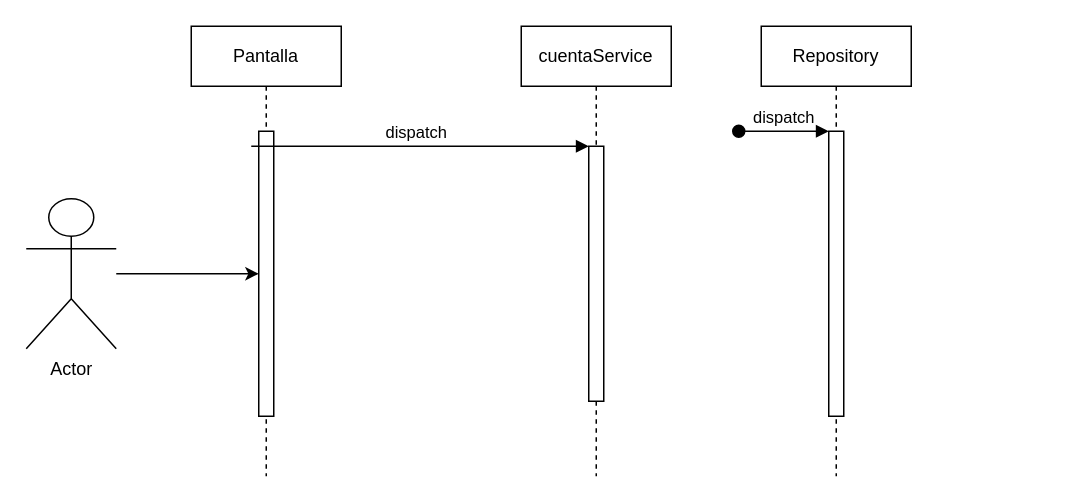
Earlier version of the draw.io diagram page "ConsultarSaldo" (1 of 4) of Diagrama sin título.drawio (x0Nico/Ejercicios-de-Estudio). Source tidied: cells renumbered, new cells numbered last; positions are measured from the earlier drawing's top-left corner, leaving out a move shared by most shapes. Both pictures are drawn from the tidied source at 150%, with x=0, y=0 at pixel (26, 26).
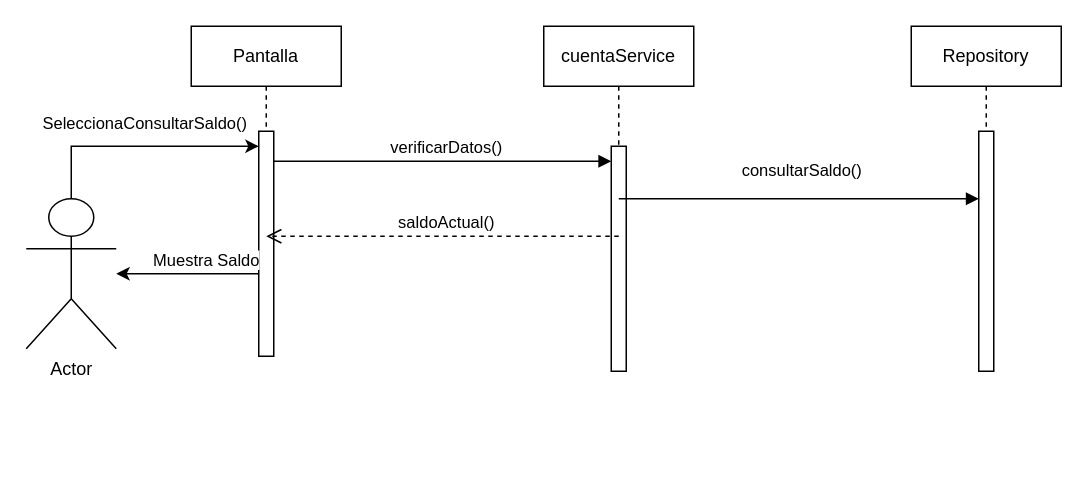
Above is the later version.

Unchanged cells that the change refers to:
```xml
<mxCell id="11" value="Actor" style="shape=umlActor;verticalLabelPosition=bottom;verticalAlign=top;html=1;outlineConnect=0;" parent="1" vertex="1">
  <mxGeometry y="115" width="60" height="100" as="geometry" />
</mxCell>
```

What changed in the source:
```diff
@@
     <mxCell id="2" value="Pantalla" style="shape=umlLifeline;perimeter=lifelinePerimeter;whiteSpace=wrap;html=1;newEdgeStyle={&quot;edgeStyle&quot;:&quot;elbowEdgeStyle&quot;,&quot;elbow&quot;:&quot;vertical&quot;,&quot;curved&quot;:0,&quot;rounded&quot;:0};" parent="1" vertex="1">
-      <mxGeometry x="110" width="100" height="300" as="geometry" />
+      <mxGeometry x="110" width="100" height="220" as="geometry" />
     </mxCell>
     <mxCell id="3" style="html=1;points=[];perimeter=orthogonalPerimeter;outlineConnect=0;targetShapes=umlLifeline;portConstraint=eastwest;newEdgeStyle={&quot;edgeStyle&quot;:&quot;elbowEdgeStyle&quot;,&quot;elbow&quot;:&quot;vertical&quot;,&quot;curved&quot;:0,&quot;rounded&quot;:0};" parent="2" vertex="1">
-      <mxGeometry x="45" y="70" width="10" height="190" as="geometry" />
+      <mxGeometry x="45" y="70" width="10" height="150" as="geometry" />
     </mxCell>
     <mxCell id="4" value="cuentaService" style="shape=umlLifeline;perimeter=lifelinePerimeter;whiteSpace=wrap;html=1;newEdgeStyle={&quot;edgeStyle&quot;:&quot;elbowEdgeStyle&quot;,&quot;elbow&quot;:&quot;vertical&quot;,&quot;curved&quot;:0,&quot;rounded&quot;:0};" parent="1" vertex="1">
-      <mxGeometry x="330" width="100" height="300" as="geometry" />
+      <mxGeometry x="345" width="100" height="230" as="geometry" />
     </mxCell>
     <mxCell id="5" style="html=1;points=[];perimeter=orthogonalPerimeter;outlineConnect=0;targetShapes=umlLifeline;portConstraint=eastwest;newEdgeStyle={&quot;edgeStyle&quot;:&quot;elbowEdgeStyle&quot;,&quot;elbow&quot;:&quot;vertical&quot;,&quot;curved&quot;:0,&quot;rounded&quot;:0};" parent="4" vertex="1">
-      <mxGeometry x="45" y="80" width="10" height="170" as="geometry" />
+      <mxGeometry x="45" y="80" width="10" height="150" as="geometry" />
     </mxCell>
-    <mxCell id="6" value="dispatch" style="html=1;verticalAlign=bottom;endArrow=block;edgeStyle=elbowEdgeStyle;elbow=vertical;curved=0;rounded=0;" parent="1" edge="1" source="3" target="5">
-      <mxGeometry relative="1" as="geometry">
+    <mxCell id="6" value="verificarDatos()" style="html=1;verticalAlign=bottom;endArrow=block;edgeStyle=elbowEdgeStyle;elbow=vertical;curved=0;rounded=0;" parent="1" edge="1">
+      <mxGeometry x="0.02" relative="1" as="geometry">
+        <mxPoint x="165" y="90" as="sourcePoint" />
+        <mxPoint x="390" y="90" as="targetPoint" />
         <Array as="points">
-          <mxPoint x="150" y="80" />
+          <mxPoint x="220" y="90" />
         </Array>
       </mxGeometry>
     </mxCell>
     <mxCell id="7" value="Repository" style="shape=umlLifeline;perimeter=lifelinePerimeter;whiteSpace=wrap;html=1;newEdgeStyle={&quot;edgeStyle&quot;:&quot;elbowEdgeStyle&quot;,&quot;elbow&quot;:&quot;vertical&quot;,&quot;curved&quot;:0,&quot;rounded&quot;:0};" parent="1" vertex="1">
-      <mxGeometry x="490" width="100" height="300" as="geometry" />
+      <mxGeometry x="590" width="100" height="230" as="geometry" />
     </mxCell>
     <mxCell id="8" style="html=1;points=[];perimeter=orthogonalPerimeter;outlineConnect=0;targetShapes=umlLifeline;portConstraint=eastwest;newEdgeStyle={&quot;edgeStyle&quot;:&quot;elbowEdgeStyle&quot;,&quot;elbow&quot;:&quot;vertical&quot;,&quot;curved&quot;:0,&quot;rounded&quot;:0};" parent="7" vertex="1">
-      <mxGeometry x="45" y="70" width="10" height="190" as="geometry" />
+      <mxGeometry x="45" y="70" width="10" height="160" as="geometry" />
     </mxCell>
-    <mxCell id="9" value="dispatch" style="html=1;verticalAlign=bottom;startArrow=oval;endArrow=block;startSize=8;edgeStyle=elbowEdgeStyle;elbow=vertical;curved=0;rounded=0;" parent="7" edge="1" target="8">
-      <mxGeometry relative="1" as="geometry">
-        <mxPoint x="-15" y="70" as="sourcePoint" />
-      </mxGeometry>
-    </mxCell>
-    <mxCell id="10" style="edgeStyle=orthogonalEdgeStyle;rounded=0;jettySize=auto;html=1;" parent="1" edge="1" source="11" target="3">
-      <mxGeometry relative="1" as="geometry" />
+    <mxCell id="10" value="SeleccionaConsultarSaldo()" style="edgeStyle=orthogonalEdgeStyle;rounded=0;jettySize=auto;html=1;" parent="1" edge="1" source="11" target="3">
+      <mxGeometry x="0.05" y="15" relative="1" as="geometry">
+        <Array as="points">
+          <mxPoint x="30" y="80" />
+        </Array>
+      </mxGeometry>
     </mxCell>
@@
+    <mxCell id="12" value="consultarSaldo()" style="html=1;verticalAlign=bottom;endArrow=block;edgeStyle=elbowEdgeStyle;elbow=vertical;curved=0;rounded=0;" parent="1" edge="1" target="8">
+      <mxGeometry x="0.02" y="10" relative="1" as="geometry">
+        <mxPoint x="395" y="115" as="sourcePoint" />
+        <Array as="points">
+          <mxPoint x="485" y="115" />
+          <mxPoint x="450" y="115" />
+        </Array>
+      </mxGeometry>
+    </mxCell>
+    <mxCell id="13" value="saldoActual()" style="html=1;verticalAlign=bottom;endArrow=open;dashed=1;endSize=8;curved=0;rounded=0;" parent="1" edge="1">
+      <mxGeometry x="-0.02" relative="1" as="geometry">
+        <mxPoint x="395" y="140" as="sourcePoint" />
+        <mxPoint x="160" y="140" as="targetPoint" />
+        <Array as="points">
+          <mxPoint x="340" y="140" />
+        </Array>
+      </mxGeometry>
+    </mxCell>
+    <mxCell id="14" style="edgeStyle=elbowEdgeStyle;rounded=0;jettySize=auto;html=1;elbow=vertical;curved=0;" parent="1" edge="1" source="3" target="11">
+      <mxGeometry relative="1" as="geometry" />
+    </mxCell>
+    <mxCell id="15" value="Muestra Saldo" style="edgeLabel;html=1;align=center;verticalAlign=middle;" parent="14" vertex="1">
+      <mxGeometry x="0.32" y="-4" relative="1" as="geometry">
+        <mxPoint x="27" y="-6" as="offset" />
+      </mxGeometry>
+    </mxCell>
```
